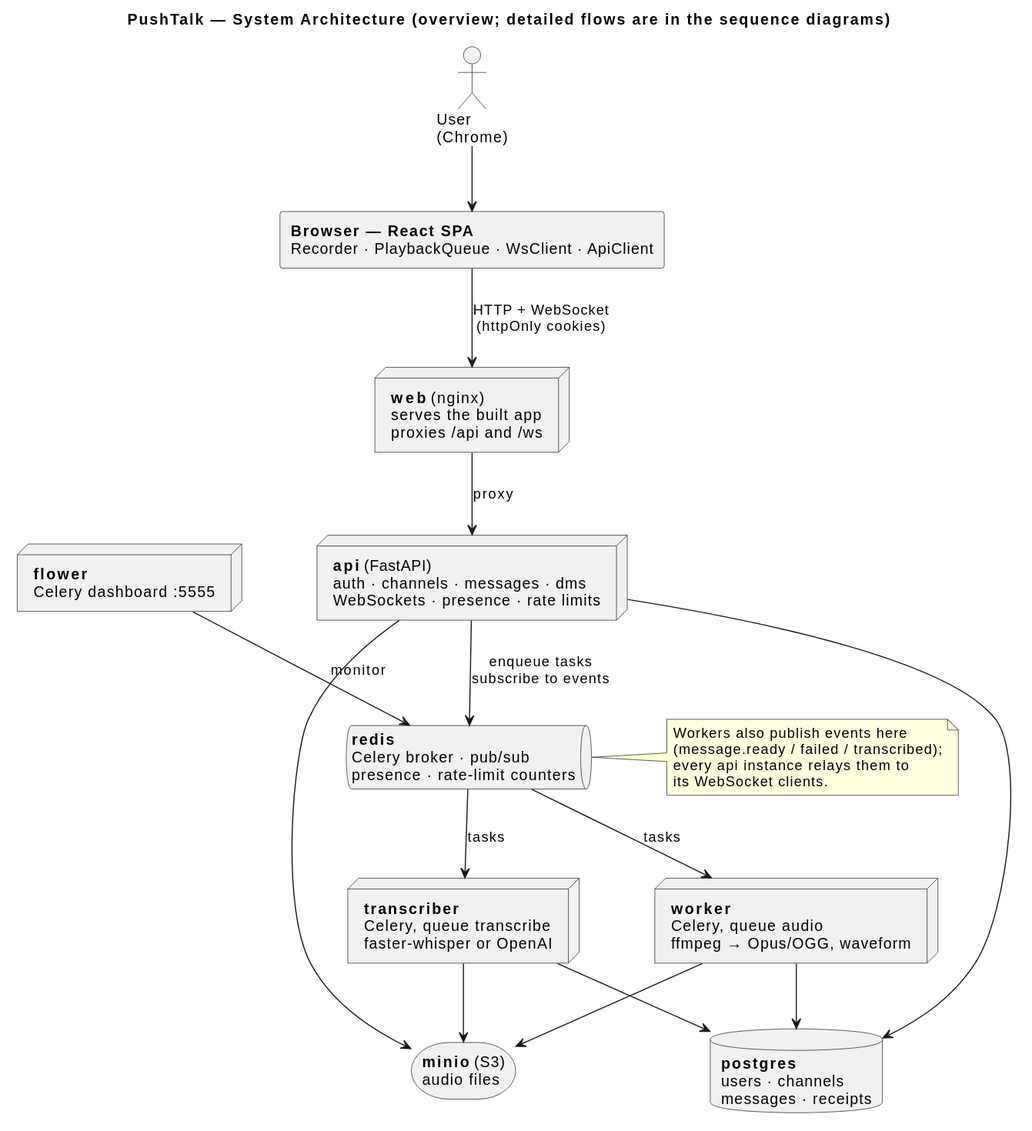
Above: specs/app-arch/system-architecture.svg in Salma-Mahmoudd/pushtalk (PlantUML), before the change. Source of this version:
```plantuml
@startuml
title PushTalk — System Architecture (overview; detailed flows are in the sequence diagrams)

skinparam shadowing false
skinparam defaultFontName Helvetica
skinparam nodesep 70
skinparam ranksep 60
top to bottom direction

actor "User\n(Chrome)" as user

rectangle "**Browser — React SPA**\nRecorder · PlaybackQueue · WsClient · ApiClient" as spa

node "**web** (nginx)\nserves the built app\nproxies /api and /ws" as web

node "**api** (FastAPI)\nauth · channels · messages · dms\nWebSockets · presence · rate limits" as api

queue "**redis**\nCelery broker · pub/sub\npresence · rate-limit counters" as redis

node "**worker**\nCelery, queue audio\nffmpeg → Opus/OGG, waveform" as worker
node "**transcriber**\nCelery, queue transcribe\nfaster-whisper or OpenAI" as transcriber
node "**flower**\nCelery dashboard :5555" as flower

database "**postgres**\nusers · channels\nmessages · receipts" as pg
storage "**minio** (S3)\naudio files" as minio

user --> spa
spa --> web : HTTP + WebSocket\n(httpOnly cookies)
web --> api : proxy
api --> redis : enqueue tasks\nsubscribe to events
redis --> worker : tasks
redis --> transcriber : tasks
flower --> redis : monitor
api --> pg
api --> minio
worker --> pg
worker --> minio
transcriber --> pg
transcriber --> minio

note right of redis
  Workers also publish events here
  (message.ready / failed / transcribed);
  every api instance relays them to
  its WebSocket clients.
end note
@enduml
```
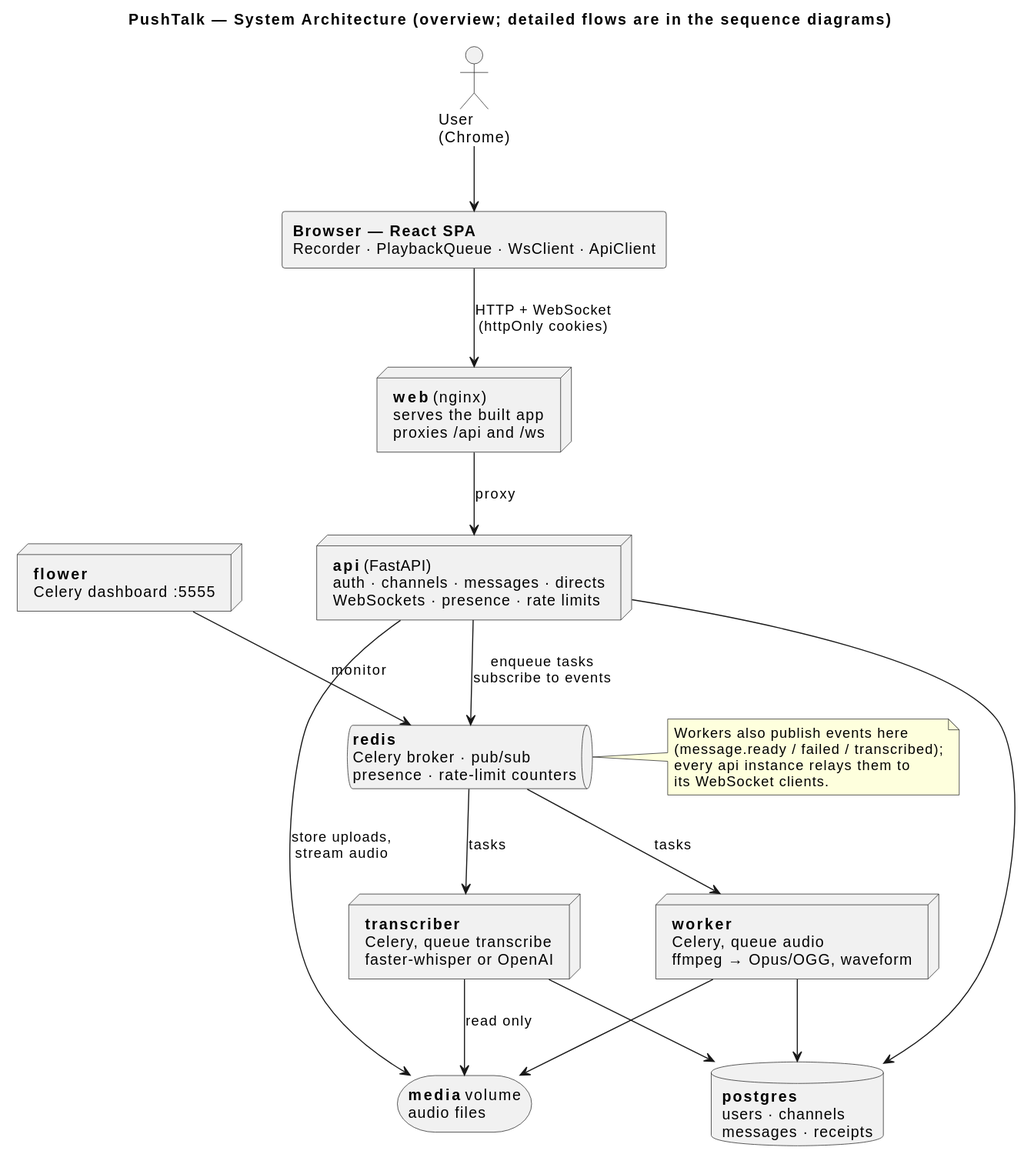
Above is the later version.

Change to the diagram source:
```diff
@@ -13,7 +13,7 @@
 
 node "**web** (nginx)\nserves the built app\nproxies /api and /ws" as web
 
-node "**api** (FastAPI)\nauth · channels · messages · dms\nWebSockets · presence · rate limits" as api
+node "**api** (FastAPI)\nauth · channels · messages · directs\nWebSockets · presence · rate limits" as api
 
 queue "**redis**\nCelery broker · pub/sub\npresence · rate-limit counters" as redis
 
@@ -22,7 +22,7 @@
 node "**flower**\nCelery dashboard :5555" as flower
 
 database "**postgres**\nusers · channels\nmessages · receipts" as pg
-storage "**minio** (S3)\naudio files" as minio
+storage "**media** volume\naudio files" as media
 
 user --> spa
 spa --> web : HTTP + WebSocket\n(httpOnly cookies)
@@ -32,11 +32,11 @@
 redis --> transcriber : tasks
 flower --> redis : monitor
 api --> pg
-api --> minio
+api --> media : store uploads,\nstream audio
 worker --> pg
-worker --> minio
+worker --> media
 transcriber --> pg
-transcriber --> minio
+transcriber --> media : read only
 
 note right of redis
   Workers also publish events here
```
